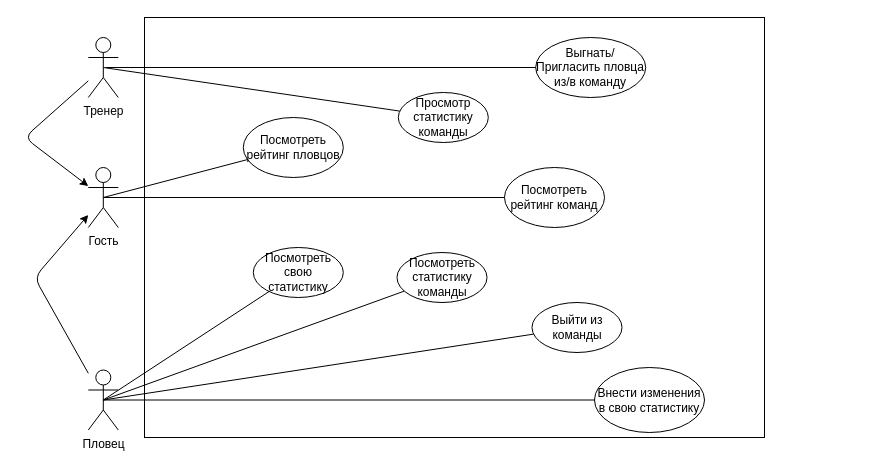
Above: owner_use_case.drawio in hardlywave/PPVIS (draw.io), before the change. Source tidied: cells renumbered, new cells numbered last; positions are measured from the earlier drawing's top-left corner, leaving out a move shared by most shapes. Both pictures are drawn from the tidied source at 100%, with x=0, y=0 at pixel (24, 17).
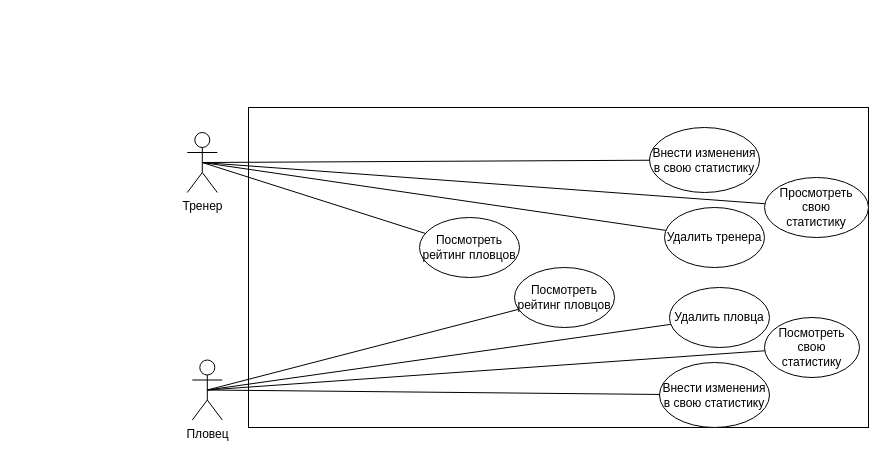
After the change.

The edit, as a diff of the source:
```diff
@@
     <mxCell id="2" style="rounded=0;whiteSpace=wrap;html=1;" parent="1" vertex="1">
-      <mxGeometry x="120" width="620" height="420" as="geometry" />
+      <mxGeometry x="224" y="90" width="620" height="320" as="geometry" />
     </mxCell>
     <mxCell id="3" value="Тренер" style="shape=umlActor;verticalLabelPosition=bottom;verticalAlign=top;html=1;outlineConnect=0;" parent="1" vertex="1">
-      <mxGeometry x="63.8" y="20" width="30" height="60" as="geometry" />
+      <mxGeometry x="162.8" y="115" width="30" height="60" as="geometry" />
     </mxCell>
@@
     <mxCell id="5" value="Пловец" style="shape=umlActor;verticalLabelPosition=bottom;verticalAlign=top;html=1;outlineConnect=0;" parent="1" vertex="1">
-      <mxGeometry x="63.8" y="352.5" width="30" height="60" as="geometry" />
+      <mxGeometry x="167.8" y="342.5" width="30" height="60" as="geometry" />
     </mxCell>
-    <mxCell id="6" value="Посмотреть свою статистику" style="ellipse;whiteSpace=wrap;html=1;" parent="1" vertex="1">
-      <mxGeometry x="228.8" y="230" width="90" height="50" as="geometry" />
+    <mxCell id="6" value="Посмотреть свою &lt;br&gt;статистику" style="ellipse;whiteSpace=wrap;html=1;" parent="1" vertex="1">
+      <mxGeometry x="740" y="300" width="95" height="60" as="geometry" />
     </mxCell>
     <mxCell id="7" value="Внести изменения в свою статистику" style="ellipse;whiteSpace=wrap;html=1;" parent="1" vertex="1">
-      <mxGeometry x="570" y="350" width="110" height="65" as="geometry" />
+      <mxGeometry x="635" y="345" width="110" height="65" as="geometry" />
     </mxCell>
@@
-    <mxCell id="9" value="Посмотреть статистику команды" style="ellipse;whiteSpace=wrap;html=1;" parent="1" vertex="1">
-      <mxGeometry x="372.5" y="235" width="90" height="50" as="geometry" />
-    </mxCell>
-    <mxCell id="10" value="Просмотр статистику команды" style="ellipse;whiteSpace=wrap;html=1;" parent="1" vertex="1">
-      <mxGeometry x="373.8" y="75" width="90" height="50" as="geometry" />
+    <mxCell id="10" value="Просмотреть свою&lt;br&gt;статистику" style="ellipse;whiteSpace=wrap;html=1;" parent="1" vertex="1">
+      <mxGeometry x="740" y="160" width="104" height="60" as="geometry" />
     </mxCell>
-    <mxCell id="11" value="Выгнать/Пригласить пловца из/в команду" style="ellipse;whiteSpace=wrap;html=1;" parent="1" vertex="1">
-      <mxGeometry x="511.2" y="20" width="110" height="60" as="geometry" />
-    </mxCell>
-    <mxCell id="12" value="Выйти из команды" style="ellipse;whiteSpace=wrap;html=1;" parent="1" vertex="1">
-      <mxGeometry x="507.5" y="285" width="90" height="50" as="geometry" />
-    </mxCell>
-    <mxCell id="13" value="Гость" style="shape=umlActor;verticalLabelPosition=bottom;verticalAlign=top;html=1;outlineConnect=0;" parent="1" vertex="1">
-      <mxGeometry x="63.8" y="150" width="30" height="60" as="geometry" />
-    </mxCell>
-    <mxCell id="14" style="endArrow=none;html=1;exitX=0.5;exitY=0.5;exitDx=0;exitDy=0;exitPerimeter=0;" parent="1" edge="1" source="13" target="15">
+    <mxCell id="14" style="endArrow=none;html=1;exitX=0.5;exitY=0.5;exitDx=0;exitDy=0;exitPerimeter=0;" parent="1" edge="1" source="3" target="15">
       <mxGeometry relative="1" as="geometry" />
     </mxCell>
     <mxCell id="15" value="Посмотреть рейтинг пловцов" style="ellipse;whiteSpace=wrap;html=1;" parent="1" vertex="1">
-      <mxGeometry x="218.8" y="100" width="100" height="60" as="geometry" />
+      <mxGeometry x="395" y="200" width="100" height="60" as="geometry" />
     </mxCell>
-    <mxCell id="16" value="Посмотреть рейтинг команд" style="ellipse;whiteSpace=wrap;html=1;" parent="1" vertex="1">
-      <mxGeometry x="480" y="150" width="100" height="60" as="geometry" />
-    </mxCell>
-    <mxCell id="17" style="endArrow=classic;html=1;" parent="1" edge="1" source="5" target="13">
-      <mxGeometry relative="1" as="geometry">
-        <Array as="points">
-          <mxPoint x="10" y="260" />
-        </Array>
-      </mxGeometry>
-    </mxCell>
-    <mxCell id="18" style="endArrow=classic;html=1;" parent="1" edge="1" source="3" target="13">
-      <mxGeometry relative="1" as="geometry">
-        <Array as="points">
-          <mxPoint y="120" />
-        </Array>
-      </mxGeometry>
-    </mxCell>
-    <mxCell id="19" style="endArrow=none;html=1;exitX=0.5;exitY=0.5;exitDx=0;exitDy=0;exitPerimeter=0;" parent="1" edge="1" source="13" target="16">
-      <mxGeometry relative="1" as="geometry" />
-    </mxCell>
-    <mxCell id="20" style="endArrow=none;html=1;" parent="1" edge="1" target="11">
+    <mxCell id="20" style="endArrow=none;html=1;" parent="1" edge="1" target="24">
       <mxGeometry relative="1" as="geometry">
-        <mxPoint x="81.2" y="50" as="sourcePoint" />
+        <mxPoint x="180.2" y="145" as="sourcePoint" />
       </mxGeometry>
     </mxCell>
-    <mxCell id="21" style="endArrow=none;html=1;exitX=0.5;exitY=0.5;exitDx=0;exitDy=0;exitPerimeter=0;" parent="1" edge="1" source="5" target="9">
-      <mxGeometry relative="1" as="geometry" />
-    </mxCell>
-    <mxCell id="22" style="endArrow=none;html=1;exitX=0.5;exitY=0.5;exitDx=0;exitDy=0;exitPerimeter=0;" parent="1" edge="1" source="5" target="12">
-      <mxGeometry relative="1" as="geometry" />
-    </mxCell>
@@
+    <mxCell id="24" value="Внести изменения в свою статистику" style="ellipse;whiteSpace=wrap;html=1;" parent="1" vertex="1">
+      <mxGeometry x="625" y="110" width="110" height="65" as="geometry" />
+    </mxCell>
+    <mxCell id="25" value="Посмотреть рейтинг пловцов" style="ellipse;whiteSpace=wrap;html=1;" parent="1" vertex="1">
+      <mxGeometry x="490" y="250" width="100" height="60" as="geometry" />
+    </mxCell>
+    <mxCell id="26" style="endArrow=none;html=1;exitX=0.5;exitY=0.5;exitDx=0;exitDy=0;exitPerimeter=0;" parent="1" edge="1" source="5" target="25">
+      <mxGeometry relative="1" as="geometry" />
+    </mxCell>
+    <mxCell id="27" value="Удалить пловца" style="ellipse;whiteSpace=wrap;html=1;" parent="1" vertex="1">
+      <mxGeometry x="645" y="270" width="100" height="60" as="geometry" />
+    </mxCell>
+    <mxCell id="28" style="endArrow=none;html=1;exitX=0.5;exitY=0.5;exitDx=0;exitDy=0;exitPerimeter=0;" parent="1" edge="1" source="5" target="27">
+      <mxGeometry relative="1" as="geometry" />
+    </mxCell>
+    <mxCell id="29" value="Удалить тренера" style="ellipse;whiteSpace=wrap;html=1;" parent="1" vertex="1">
+      <mxGeometry x="640" y="190" width="100" height="60" as="geometry" />
+    </mxCell>
+    <mxCell id="30" style="endArrow=none;html=1;exitX=0.5;exitY=0.5;exitDx=0;exitDy=0;exitPerimeter=0;" parent="1" edge="1" source="3" target="29">
+      <mxGeometry relative="1" as="geometry" />
+    </mxCell>
```
